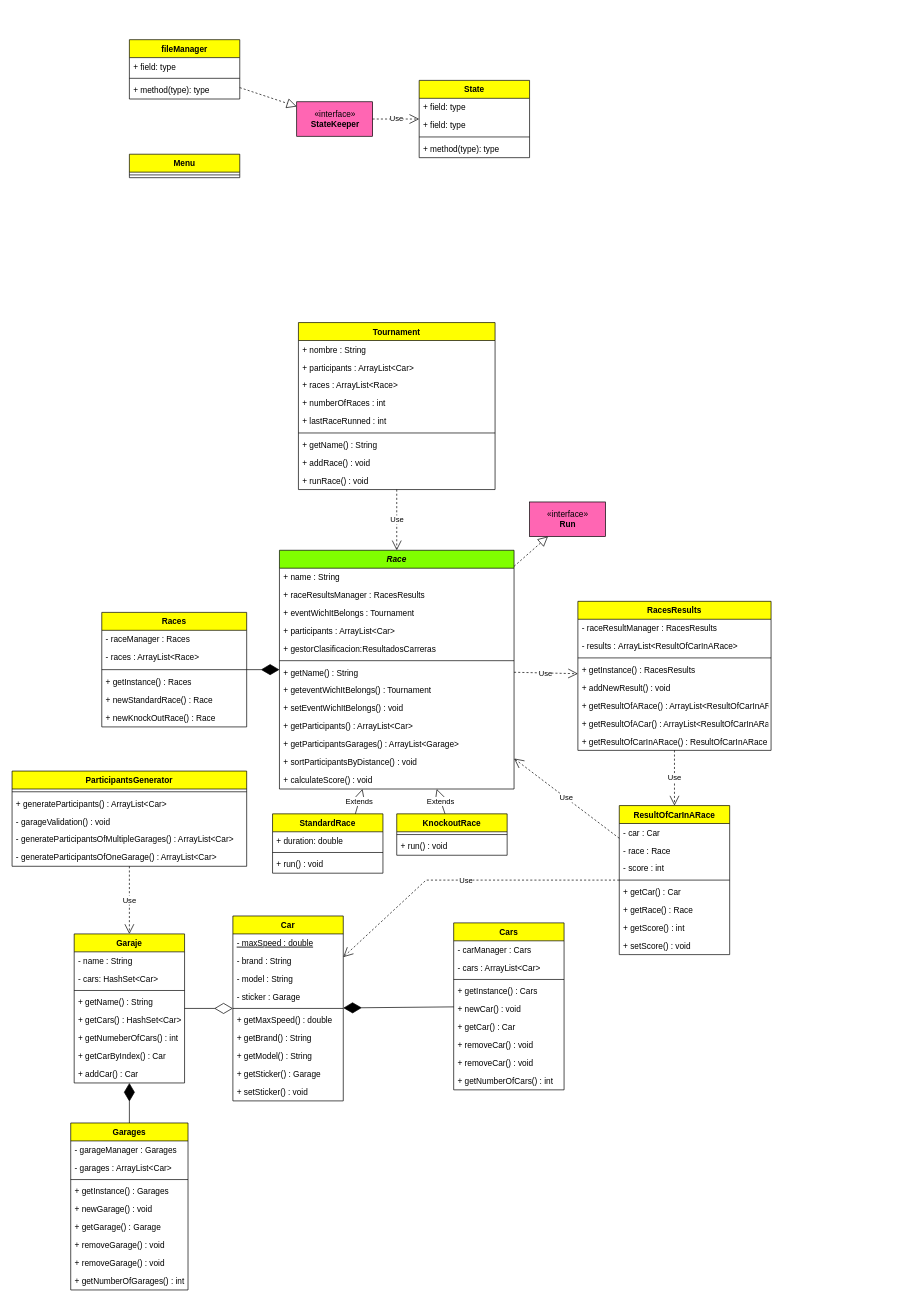
This is Programacion/RaceControl/RaceControlUML.drawio from MarioCFC/Bootcamp, a draw.io file, before an edit. Source tidied: cells renumbered, new cells numbered last; positions are measured from the earlier drawing's top-left corner, leaving out a move shared by most shapes. Both pictures are drawn from the tidied source at 69%, with x=0, y=0 at pixel (12, 39).
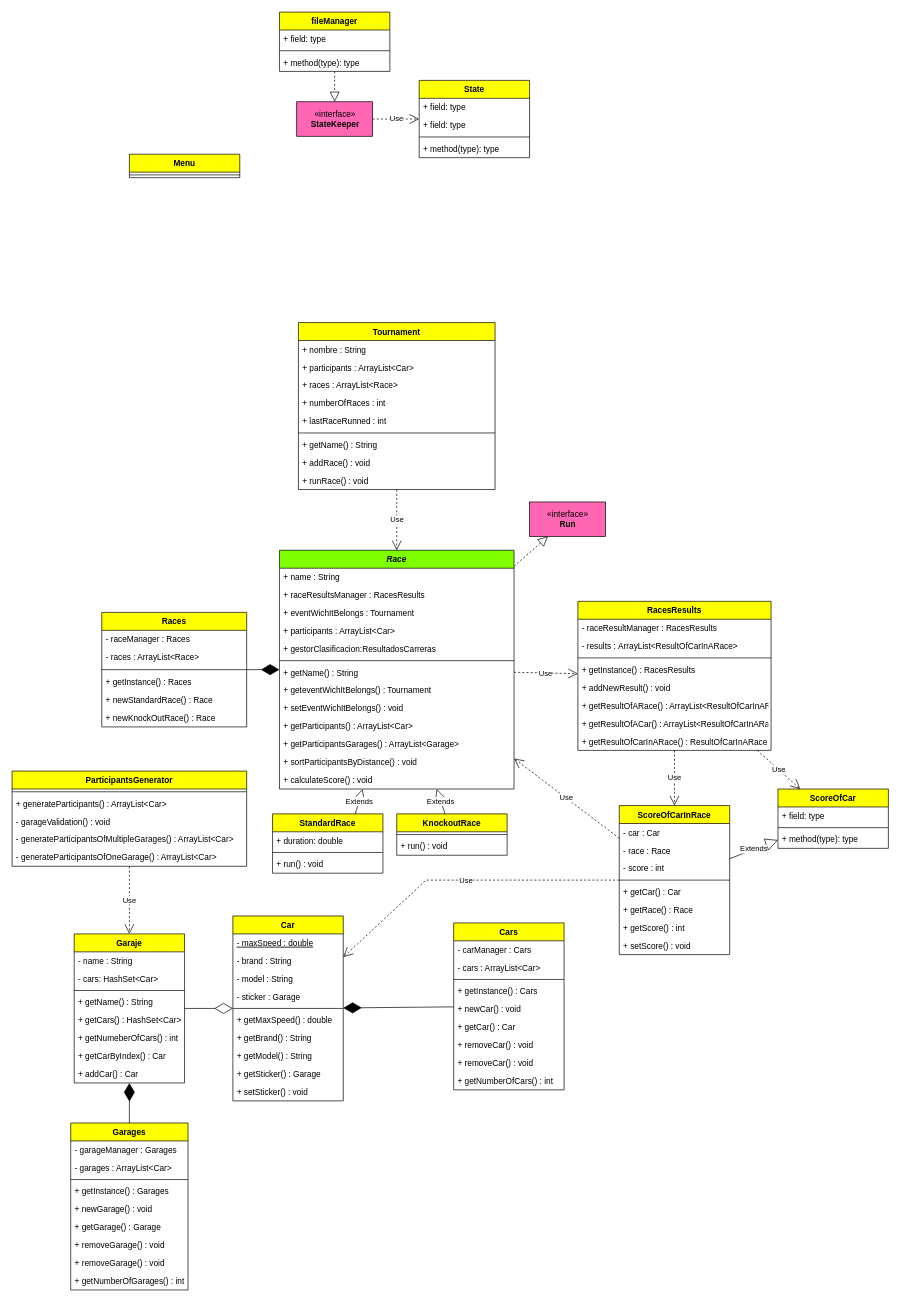
The same page after the edit.

Unchanged cells that the change refers to:
```xml
<mxCell id="98" value="RacesResults" style="swimlane;fontStyle=1;align=center;verticalAlign=top;horizontal=1;startSize=26;fillColor=#FFFF00;" parent="1" vertex="1">
  <mxGeometry x="820" y="814" width="280" height="216" as="geometry" />
</mxCell>
```

Diff of the diagram source:
```diff
@@
     <mxCell id="48" value="fileManager" style="swimlane;fontStyle=1;align=center;verticalAlign=top;horizontal=1;startSize=26;fillColor=#FFFF00;" parent="1" vertex="1">
-      <mxGeometry x="170" width="160" height="86" as="geometry" />
+      <mxGeometry x="387.5" y="-40" width="160" height="86" as="geometry" />
     </mxCell>
@@
-    <mxCell id="89" value="ResultOfCarInARace" style="swimlane;fontStyle=1;align=center;verticalAlign=top;horizontal=1;startSize=26;fillColor=#FFFF00;" parent="1" vertex="1">
+    <mxCell id="89" value="ScoreOfCarInRace" style="swimlane;fontStyle=1;align=center;verticalAlign=top;horizontal=1;startSize=26;fillColor=#FFFF00;" parent="1" vertex="1">
       <mxGeometry x="880" y="1110" width="160" height="216" as="geometry" />
     </mxCell>
@@
+    <mxCell id="132" value="ScoreOfCar" style="swimlane;fontStyle=1;align=center;verticalAlign=top;horizontal=1;startSize=26;fillColor=#FFFF00;" parent="1" vertex="1">
+      <mxGeometry x="1110" y="1086" width="160" height="86" as="geometry" />
+    </mxCell>
+    <mxCell id="133" value="+ field: type" style="text;strokeColor=none;fillColor=none;align=left;verticalAlign=top;spacingLeft=4;spacingRight=4;overflow=hidden;" parent="132" vertex="1">
+      <mxGeometry y="26" width="160" height="26" as="geometry" />
+    </mxCell>
+    <mxCell id="134" style="line;strokeWidth=1;fillColor=none;align=left;verticalAlign=middle;spacingTop=-1;spacingLeft=3;spacingRight=3;labelPosition=right;" parent="132" vertex="1">
+      <mxGeometry y="52" width="160" height="8" as="geometry" />
+    </mxCell>
+    <mxCell id="135" value="+ method(type): type" style="text;strokeColor=none;fillColor=none;align=left;verticalAlign=top;spacingLeft=4;spacingRight=4;overflow=hidden;" parent="132" vertex="1">
+      <mxGeometry y="60" width="160" height="26" as="geometry" />
+    </mxCell>
+    <mxCell id="136" value="Use" style="endArrow=open;endSize=12;dashed=1;html=1;rounded=0;" parent="1" edge="1" source="98" target="132">
+      <mxGeometry relative="1" as="geometry" />
+    </mxCell>
+    <mxCell id="137" value="Extends" style="endArrow=block;endSize=16;endFill=0;html=1;rounded=0;" parent="1" edge="1" source="89" target="132">
+      <mxGeometry relative="1" as="geometry" />
+    </mxCell>
```
